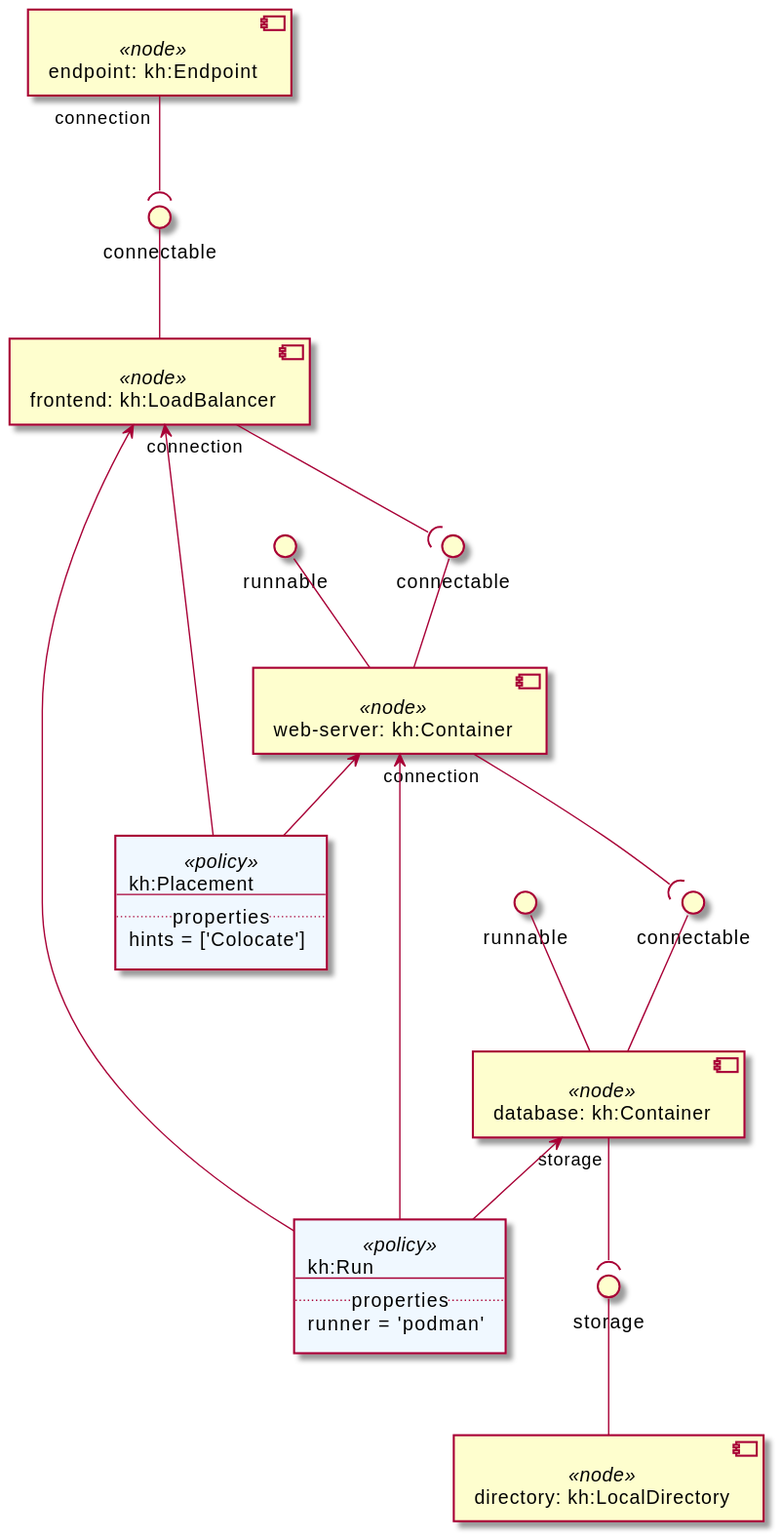
Above: examples/Khutulun/diagrams/uml2/Khutulun Hello World Example-uml2-component-diagram1.svg in Orange-OpenSource/Cloudnet-TOSCA-toolbox (PlantUML), before the change.
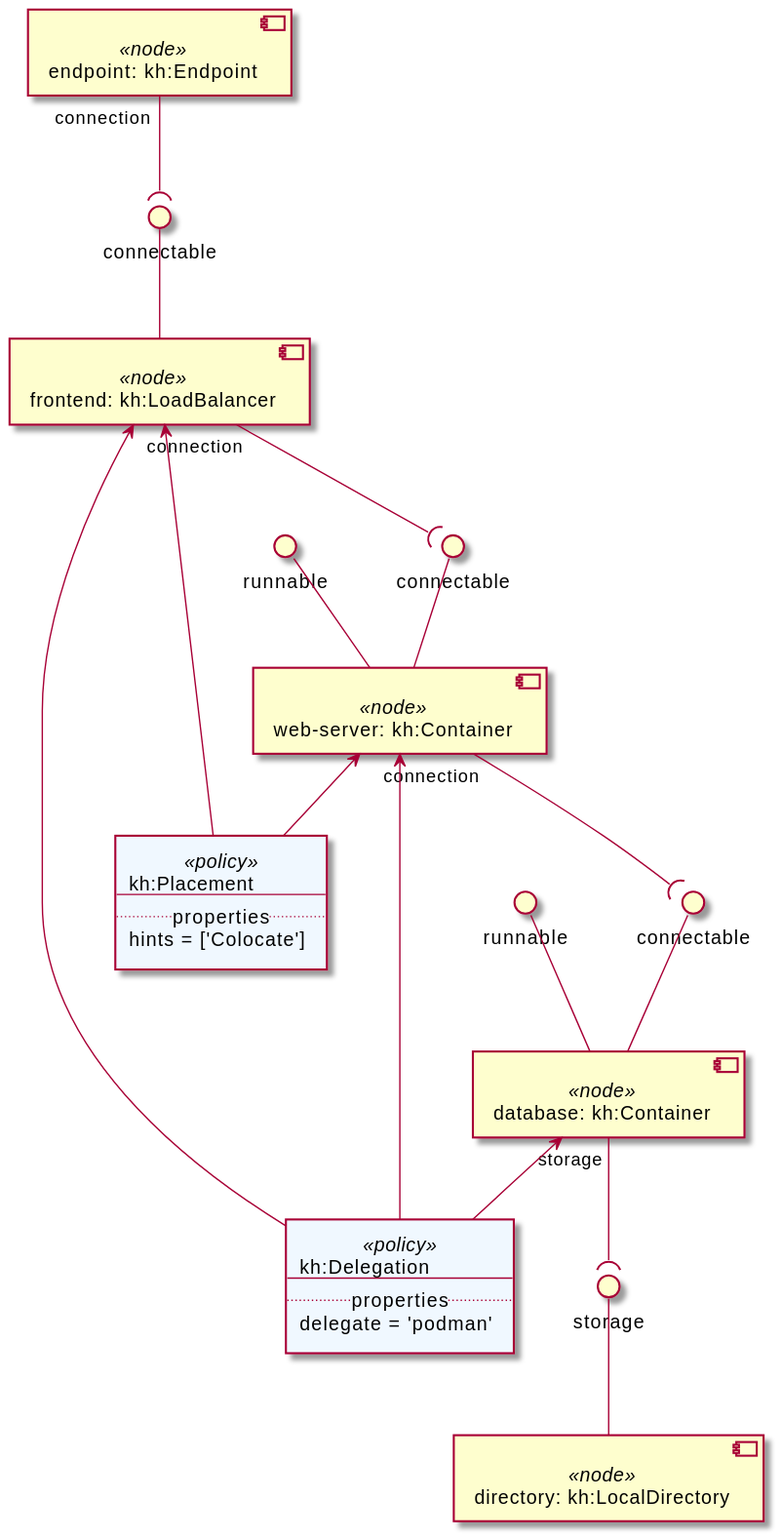
After the change.

Commit message:
Regenerated Khutulun example diagrams

Change to the diagram source:
```diff
@@ -28,10 +28,10 @@
 node_web_server "connection" --( node_database_connectable
 node_database "storage" --( node_directory_storage
 agent policy_podman <<policy>> #AliceBlue [
-kh:Run
+kh:Delegation
 ---
 .. properties ..
-runner = 'podman'
+delegate = 'podman'
 ]
 policy_podman -up-> node_frontend
 policy_podman -up-> node_web_server
```
